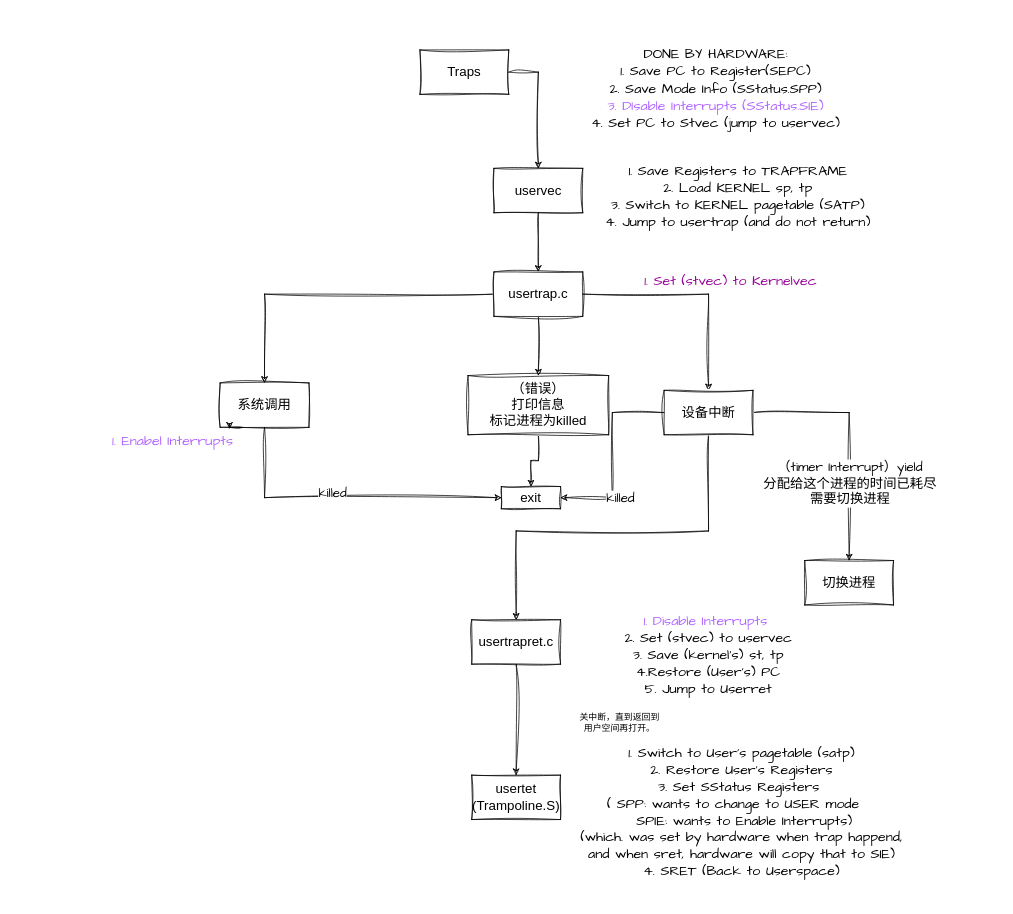
Earlier version of the draw.io diagram traps.drawio (yMsquare/Diagrams). Source tidied: cells renumbered, new cells numbered last; positions are measured from the earlier drawing's top-left corner, leaving out a move shared by most shapes. Both pictures are drawn from the tidied source at 74%, with x=0, y=0 at pixel (13, 13).
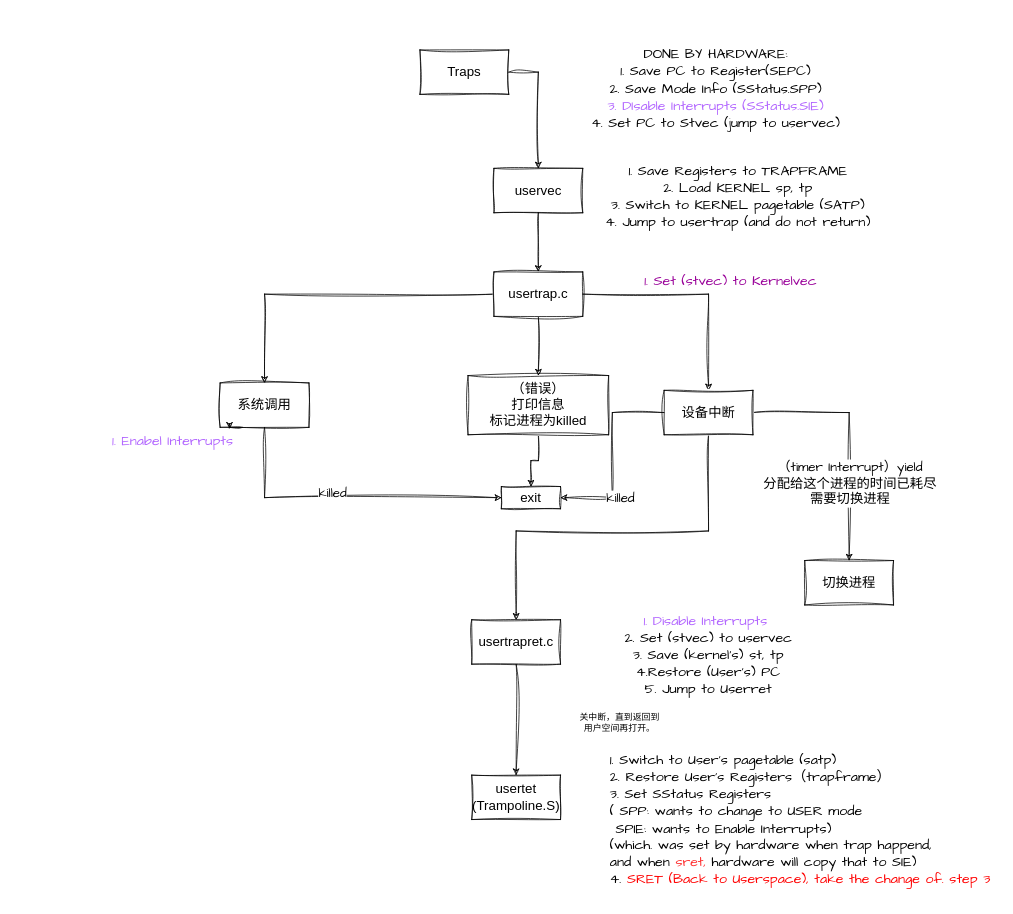
The same page after the edit.

Diff of the diagram source:
```diff
@@
-    <mxCell id="33" value="&lt;div&gt;&lt;span style=&quot;font-size: 19px;&quot;&gt;1. Switch to User's pagetable (satp)&lt;/span&gt;&lt;/div&gt;&lt;div&gt;&lt;span style=&quot;font-size: 19px;&quot;&gt;2. Restore User's Registers&lt;/span&gt;&lt;/div&gt;&lt;div&gt;&lt;span style=&quot;font-size: 19px;&quot;&gt;3. Set SStatus Registers&amp;nbsp;&lt;/span&gt;&lt;/div&gt;&lt;div&gt;&lt;span style=&quot;font-size: 19px;&quot;&gt;( SPP: wants to change to USER mode&amp;nbsp; &amp;nbsp;&lt;/span&gt;&lt;/div&gt;&lt;div&gt;&lt;span style=&quot;font-size: 19px;&quot;&gt;&amp;nbsp;SPIE: wants to Enable Interrupts&lt;/span&gt;&lt;span style=&quot;font-size: 19px; background-color: initial;&quot;&gt;)&lt;/span&gt;&lt;/div&gt;&lt;div&gt;&lt;span style=&quot;font-size: 19px;&quot;&gt;(which. was set by hardware when trap happend,&lt;/span&gt;&lt;/div&gt;&lt;div&gt;&lt;span style=&quot;font-size: 19px;&quot;&gt;and when sret, hardware will copy that to SIE)&lt;/span&gt;&lt;/div&gt;&lt;div&gt;&lt;span style=&quot;font-size: 19px;&quot;&gt;4. SRET (Back to Userspace)&lt;/span&gt;&lt;/div&gt;" style="text;html=1;align=center;verticalAlign=middle;whiteSpace=wrap;rounded=0;fontFamily=Architects Daughter;" parent="1" vertex="1">
-      <mxGeometry x="720" y="970" width="530" height="221" as="geometry" />
+    <mxCell id="33" value="&lt;div&gt;&lt;span style=&quot;font-size: 19px;&quot;&gt;1. Switch to User's pagetable (satp)&lt;/span&gt;&lt;/div&gt;&lt;div&gt;&lt;span style=&quot;font-size: 19px;&quot;&gt;2. Restore User's Registers（trapframe）&lt;/span&gt;&lt;/div&gt;&lt;div&gt;&lt;span style=&quot;font-size: 19px;&quot;&gt;3. Set SStatus Registers&amp;nbsp;&lt;/span&gt;&lt;/div&gt;&lt;div&gt;&lt;span style=&quot;font-size: 19px;&quot;&gt;( SPP: wants to change to USER mode&amp;nbsp; &amp;nbsp;&lt;/span&gt;&lt;/div&gt;&lt;div&gt;&lt;span style=&quot;font-size: 19px;&quot;&gt;&amp;nbsp;SPIE: wants to Enable Interrupts&lt;/span&gt;&lt;span style=&quot;font-size: 19px; background-color: initial;&quot;&gt;)&lt;/span&gt;&lt;/div&gt;&lt;div&gt;&lt;span style=&quot;font-size: 19px;&quot;&gt;(which. was set by hardware when trap happend,&lt;/span&gt;&lt;/div&gt;&lt;div&gt;&lt;span style=&quot;font-size: 19px;&quot;&gt;and when &lt;font color=&quot;#ff3333&quot;&gt;sret,&lt;/font&gt; hardware will copy that to SIE)&lt;/span&gt;&lt;/div&gt;&lt;div&gt;&lt;span style=&quot;font-size: 19px;&quot;&gt;4. &lt;font color=&quot;#ff0000&quot;&gt;SRET (Back to Userspace), take the change of. step 3&lt;/font&gt;&lt;/span&gt;&lt;/div&gt;" style="text;html=1;align=left;verticalAlign=middle;whiteSpace=wrap;rounded=0;fontFamily=Architects Daughter;" parent="1" vertex="1">
+      <mxGeometry x="805" y="980" width="530" height="221" as="geometry" />
     </mxCell>
```
